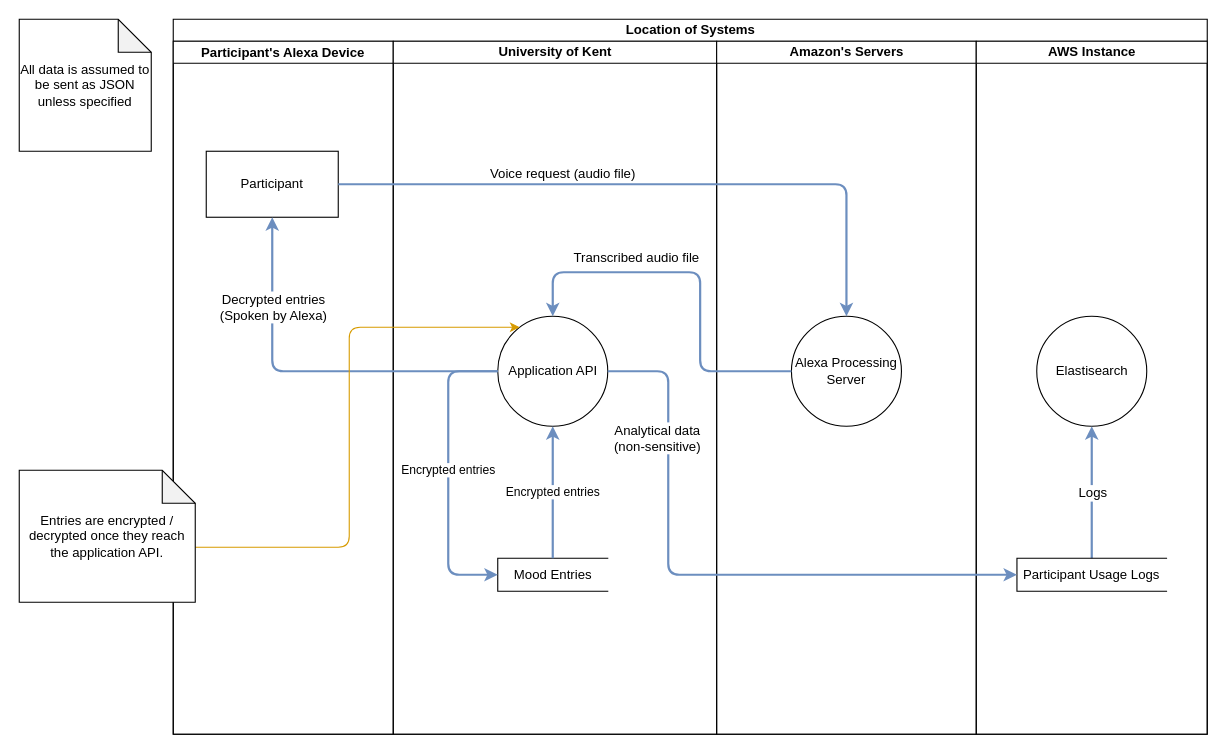
Earlier version of the draw.io diagram page "Alexa" (1 of 2) of designs/uml/DataFlows.drawio (Brawrdon/IsThisAMood). Source tidied: cells renumbered, new cells numbered last; positions are measured from the earlier drawing's top-left corner, leaving out a move shared by most shapes. Both pictures are drawn from the tidied source at 110%, with x=0, y=0 at pixel (19, 19).
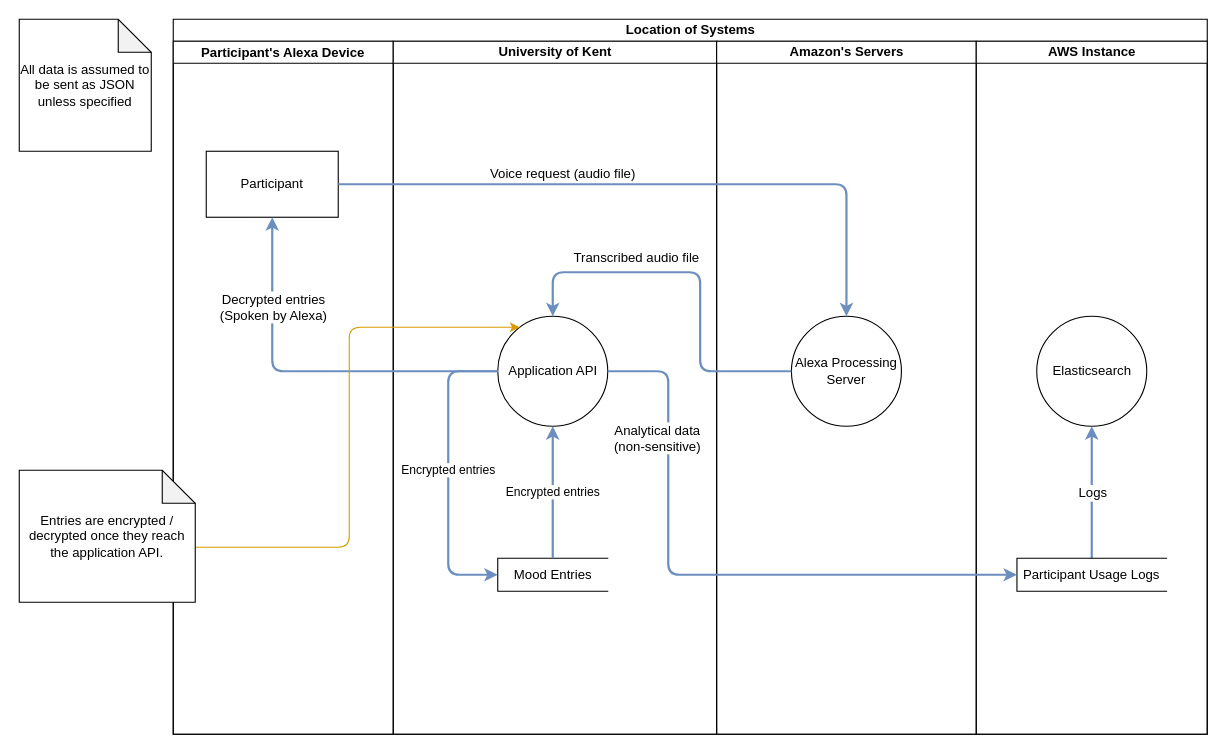
The same page after the edit.

Commit message:
Fix spelling mistake

Unchanged cells that the change refers to:
```xml
<mxCell id="12" value="AWS Instance" style="swimlane;html=1;startSize=20;" parent="2" vertex="1">
  <mxGeometry x="730" y="20" width="210" height="630" as="geometry" />
</mxCell>
```

What changed in the source:
```diff
@@
-    <mxCell id="13" value="Elastisearch" style="shape=ellipse;html=1;dashed=0;whitespace=wrap;perimeter=ellipsePerimeter;" parent="12" vertex="1">
+    <mxCell id="13" value="Elasticsearch" style="shape=ellipse;html=1;dashed=0;whitespace=wrap;perimeter=ellipsePerimeter;" parent="12" vertex="1">
       <mxGeometry x="55" y="250" width="100" height="100" as="geometry" />
     </mxCell>
```
